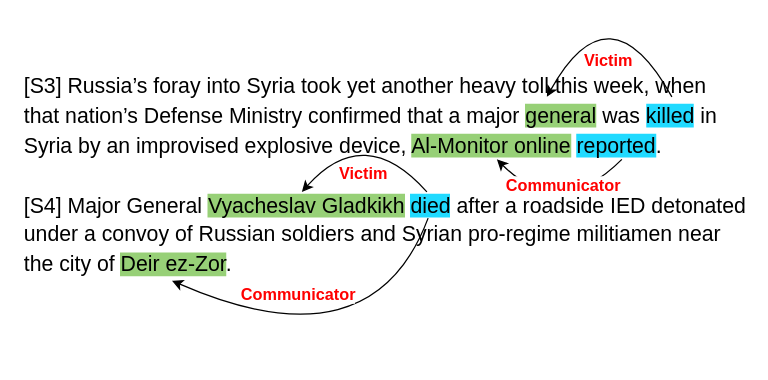
This is Wikievent示意图.drawio from crawlerWPS/drawing, a draw.io file, before an edit. Source tidied: cells renumbered, new cells numbered last; positions are measured from the earlier drawing's top-left corner, leaving out a move shared by most shapes. Both pictures are drawn from the tidied source at 125%, with x=0, y=0 at pixel (21, -16).
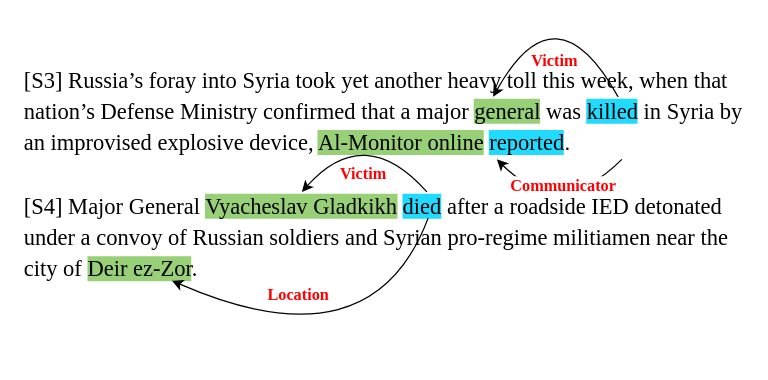
After the change.

Commit message:
更新Wikievent示意图.drawio

Unchanged cells that the change refers to:
```xml
<mxCell id="5" style="curved=1;endArrow=classic;html=1;rounded=0;" parent="1" edge="1">
  <mxGeometry relative="1" as="geometry">
    <mxPoint x="480" y="140" as="sourcePoint" />
    <mxPoint x="380" y="140" as="targetPoint" />
    <Array as="points">
      <mxPoint x="430" y="190" />
    </Array>
  </mxGeometry>
</mxCell>
<mxCell id="7" style="curved=1;endArrow=classic;html=1;rounded=0;" parent="1" edge="1">
  <mxGeometry relative="1" as="geometry">
    <mxPoint x="324" y="166" as="sourcePoint" />
    <mxPoint x="224" y="166" as="targetPoint" />
    <Array as="points">
      <mxPoint x="274" y="110" />
    </Array>
  </mxGeometry>
</mxCell>
<mxCell id="9" style="curved=1;endArrow=classic;html=1;rounded=0;entryX=0.207;entryY=0.778;entryDx=0;entryDy=0;entryPerimeter=0;" parent="1" edge="1">
  <mxGeometry relative="1" as="geometry">
    <mxPoint x="325" y="187" as="sourcePoint" />
    <mxPoint x="120.1" y="237.1" as="targetPoint" />
    <Array as="points">
      <mxPoint x="280" y="307" />
    </Array>
  </mxGeometry>
</mxCell>
```

Change to the diagram source:
```diff
@@
-    <mxCell id="2" value="&lt;div style=&quot;font-size: 17px; line-height: 140%;&quot;&gt;&lt;span style=&quot;background-color: initial;&quot;&gt;[S3] Russia’s foray into Syria took yet another heavy toll this week, when that nation’s Defense Ministry confirmed that a major &lt;/span&gt;&lt;span style=&quot;background-color: rgb(151, 208, 119);&quot;&gt;general&lt;/span&gt;&lt;span style=&quot;background-color: initial;&quot;&gt; was &lt;/span&gt;&lt;span style=&quot;background-color: rgb(33, 218, 255);&quot;&gt;killed&lt;/span&gt;&lt;span style=&quot;background-color: initial;&quot;&gt; in Syria by an improvised explosive device, &lt;/span&gt;&lt;span style=&quot;background-color: rgb(151, 208, 119);&quot;&gt;Al-Monitor online&lt;/span&gt;&lt;span style=&quot;background-color: initial;&quot;&gt; &lt;/span&gt;&lt;span style=&quot;background-color: rgb(33, 218, 255);&quot;&gt;reported&lt;/span&gt;&lt;span style=&quot;background-color: initial;&quot;&gt;.&amp;nbsp;&lt;/span&gt;&lt;br&gt;&lt;/div&gt;&lt;div style=&quot;font-size: 17px; line-height: 140%;&quot;&gt;&lt;span style=&quot;background-color: initial;&quot;&gt;&lt;br&gt;&lt;/span&gt;&lt;/div&gt;&lt;div style=&quot;font-size: 17px; line-height: 140%;&quot;&gt;&lt;font style=&quot;font-size: 17px;&quot;&gt;[S4] Major General &lt;span style=&quot;background-color: rgb(151, 208, 119);&quot;&gt;Vyacheslav Gladkikh&lt;/span&gt; &lt;span style=&quot;background-color: rgb(33, 218, 255);&quot;&gt;died&lt;/span&gt; after a roadside IED detonated under a convoy of Russian soldiers and Syrian pro-regime militiamen near the city of &lt;span style=&quot;background-color: rgb(151, 208, 119);&quot;&gt;Deir ez-Zor&lt;/span&gt;.&amp;nbsp;&lt;/font&gt;&lt;/div&gt;&lt;div style=&quot;font-size: 17px; line-height: 140%;&quot;&gt;&lt;br&gt;&lt;/div&gt;" style="text;html=1;strokeColor=none;fillColor=none;align=left;verticalAlign=middle;whiteSpace=wrap;rounded=0;" parent="1" vertex="1">
+    <mxCell id="2" value="&lt;div style=&quot;line-height: 140%; font-size: 18px;&quot;&gt;&lt;font style=&quot;font-size: 18px;&quot;&gt;&lt;font style=&quot;font-size: 18px;&quot; face=&quot;Times New Roman&quot;&gt;&lt;span style=&quot;background-color: initial;&quot;&gt;[S3] Russia’s foray into Syria took yet another heavy toll this week, when that nation’s Defense Ministry confirmed that a major &lt;/span&gt;&lt;span style=&quot;background-color: rgb(151, 208, 119);&quot;&gt;general&lt;/span&gt;&lt;span style=&quot;background-color: initial;&quot;&gt; was &lt;/span&gt;&lt;span style=&quot;background-color: rgb(33, 218, 255);&quot;&gt;killed&lt;/span&gt;&lt;span style=&quot;background-color: initial;&quot;&gt; in Syria by an improvised explosive device, &lt;/span&gt;&lt;span style=&quot;background-color: rgb(151, 208, 119);&quot;&gt;Al-Monitor online&lt;/span&gt;&lt;span style=&quot;background-color: initial;&quot;&gt; &lt;/span&gt;&lt;span style=&quot;background-color: rgb(33, 218, 255);&quot;&gt;reported&lt;/span&gt;&lt;/font&gt;&lt;span style=&quot;background-color: initial;&quot;&gt;&lt;font style=&quot;font-size: 18px;&quot; face=&quot;Pw8T8XqGJRI6i4Hfuuhy&quot;&gt;.&lt;/font&gt;&amp;nbsp;&lt;/span&gt;&lt;br&gt;&lt;/font&gt;&lt;/div&gt;&lt;div style=&quot;line-height: 140%; font-size: 18px;&quot;&gt;&lt;span style=&quot;background-color: initial;&quot;&gt;&lt;font style=&quot;font-size: 18px;&quot;&gt;&lt;br&gt;&lt;/font&gt;&lt;/span&gt;&lt;/div&gt;&lt;div style=&quot;line-height: 140%; font-size: 18px;&quot;&gt;&lt;font style=&quot;font-size: 18px;&quot;&gt;&lt;font style=&quot;font-size: 18px;&quot; face=&quot;Times New Roman&quot;&gt;[S4] Major General &lt;span style=&quot;background-color: rgb(151, 208, 119);&quot;&gt;Vyacheslav Gladkikh&lt;/span&gt; &lt;span style=&quot;background-color: rgb(33, 218, 255);&quot;&gt;died&lt;/span&gt; after a roadside IED detonated under a convoy of Russian soldiers and Syrian pro-regime militiamen near the city of &lt;span style=&quot;background-color: rgb(151, 208, 119);&quot;&gt;Deir ez-Zor&lt;/span&gt;.&lt;/font&gt;&amp;nbsp;&lt;/font&gt;&lt;/div&gt;&lt;div style=&quot;font-size: 18px; line-height: 140%;&quot;&gt;&lt;br&gt;&lt;/div&gt;" style="text;html=1;strokeColor=none;fillColor=none;align=left;verticalAlign=middle;whiteSpace=wrap;rounded=0;" parent="1" vertex="1">
       <mxGeometry y="30" width="580" height="270" as="geometry" />
     </mxCell>
     <mxCell id="3" style="curved=1;endArrow=classic;html=1;rounded=0;" parent="1" edge="1">
       <mxGeometry relative="1" as="geometry">
-        <mxPoint x="520" y="90" as="sourcePoint" />
-        <mxPoint x="420" y="90" as="targetPoint" />
+        <mxPoint x="477" y="90" as="sourcePoint" />
+        <mxPoint x="377" y="90" as="targetPoint" />
         <Array as="points">
-          <mxPoint x="470" />
+          <mxPoint x="427" />
         </Array>
       </mxGeometry>
     </mxCell>
-    <mxCell id="4" value="&lt;font style=&quot;font-size: 13px;&quot; color=&quot;#ff0000&quot;&gt;&lt;b&gt;Victim&lt;/b&gt;&lt;/font&gt;" style="edgeLabel;html=1;align=center;verticalAlign=middle;" parent="3" vertex="1">
+    <mxCell id="4" value="&lt;font face=&quot;Times New Roman&quot; style=&quot;font-size: 13px;&quot; color=&quot;#ff0000&quot;&gt;&lt;b&gt;Victim&lt;/b&gt;&lt;/font&gt;" style="edgeLabel;html=1;align=center;verticalAlign=middle;" parent="3" vertex="1">
       <mxGeometry x="-0.1" y="-3" relative="1" as="geometry">
         <mxPoint x="-9" y="53" as="offset" />
       </mxGeometry>
     </mxCell>
@@
-    <mxCell id="6" value="&lt;font size=&quot;1&quot; color=&quot;#ff0000&quot;&gt;&lt;b style=&quot;font-size: 13px;&quot;&gt;Communicator&lt;/b&gt;&lt;/font&gt;" style="edgeLabel;html=1;align=center;verticalAlign=middle;" parent="5" vertex="1">
+    <mxCell id="6" value="&lt;font face=&quot;Times New Roman&quot; size=&quot;1&quot; color=&quot;#ff0000&quot;&gt;&lt;b style=&quot;font-size: 13px;&quot;&gt;Communicator&lt;/b&gt;&lt;/font&gt;" style="edgeLabel;html=1;align=center;verticalAlign=middle;" parent="5" vertex="1">
       <mxGeometry x="-0.1" y="-3" relative="1" as="geometry">
         <mxPoint y="-23" as="offset" />
       </mxGeometry>
     </mxCell>
@@
-    <mxCell id="8" value="&lt;font style=&quot;font-size: 13px;&quot; color=&quot;#ff0000&quot;&gt;&lt;b&gt;Victim&lt;/b&gt;&lt;/font&gt;" style="edgeLabel;html=1;align=center;verticalAlign=middle;" parent="7" vertex="1">
+    <mxCell id="8" value="&lt;font face=&quot;Times New Roman&quot; style=&quot;font-size: 13px;&quot; color=&quot;#ff0000&quot;&gt;&lt;b&gt;Victim&lt;/b&gt;&lt;/font&gt;" style="edgeLabel;html=1;align=center;verticalAlign=middle;" parent="7" vertex="1">
       <mxGeometry x="-0.1" y="-3" relative="1" as="geometry">
         <mxPoint x="-8" y="37" as="offset" />
       </mxGeometry>
     </mxCell>
@@
-    <mxCell id="10" value="&lt;font size=&quot;1&quot; color=&quot;#ff0000&quot;&gt;&lt;b style=&quot;font-size: 13px;&quot;&gt;Communicator&lt;/b&gt;&lt;/font&gt;" style="edgeLabel;html=1;align=center;verticalAlign=middle;" parent="9" vertex="1">
+    <mxCell id="10" value="&lt;font face=&quot;Times New Roman&quot; size=&quot;1&quot; color=&quot;#ff0000&quot;&gt;&lt;b style=&quot;font-size: 13px;&quot;&gt;Location&lt;/b&gt;&lt;/font&gt;" style="edgeLabel;html=1;align=center;verticalAlign=middle;" parent="9" vertex="1">
       <mxGeometry x="-0.1" y="-3" relative="1" as="geometry">
         <mxPoint x="-54" y="-54" as="offset" />
       </mxGeometry>
     </mxCell>
```
